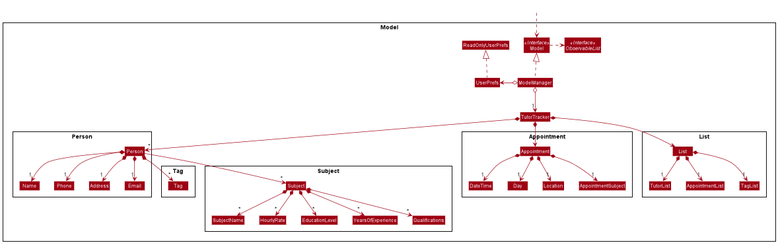
nus-cs2103-AY2021S2/tp keeps this PlantUML diagram as docs/images/ModelClassDiagram.png. Above is the earlier version. The source it was exported from:
```plantuml
@startuml
!include style.puml
skinparam arrowThickness 1.1
skinparam arrowColor MODEL_COLOR
skinparam classBackgroundColor MODEL_COLOR

Package Model <<Rectangle>>{
Interface Model <<Interface>>
Interface ObservableList <<Interface>>
Class TutorTracker
Class Model
Class ModelManager
Class UserPrefs
Class ReadOnlyUserPrefs
Class Appointment

Package Person {
Class Person
Class Address
Class Email
Class Name
Class Phone
}

Package Tag {
Class Tag
}

Package Appointment {
Class Appointment
Class Email
Class Subject
Class DateTime
Class Day
Class Location
}

Package Appointment {
Class Appointment
Class Email
Class AppointmentSubject
Class DateTime
Class Day
Class Location
}

Package List {
Class List
Class TutorList
Class AppointmentList
Class TagList
}

Package Subject {
Class Subject
Class SubjectName
Class HourlyRate
Class EducationLevel
Class YearsOfExperience
Class Qualifications
}
}

Class HiddenOutside #FFFFFF
HiddenOutside ..> Model

ModelManager .up.|> Model
Model .right.> ObservableList
ModelManager o--> "1" TutorTracker
ModelManager o-left->  UserPrefs
UserPrefs .up.|> ReadOnlyUserPrefs

List *--> "1" TutorList
List *--> "1" AppointmentList
List *--> "1" TagList

Appointment *--> "1" AppointmentSubject
Appointment *--> "1" DateTime
Appointment *--> "1" Day
Appointment *--> "1" Location

TutorTracker *--> "*" Person
TutorTracker *--> "*" Appointment
TutorTracker *--> List

Person *--> "1" Name
Person *--> "1" Phone
Person *--> "1" Email
Person *--> "1" Address
Person *--> "*" Tag
Person --> "*" Subject

Subject *--> "*" SubjectName
Subject *--> "*" HourlyRate
Subject *--> "*" EducationLevel
Subject *--> "*" YearsOfExperience
Subject *--> "*" Qualifications

Name -[hidden]right-> Phone
Phone -[hidden]right-> Address
Address -[hidden]right-> Email

@enduml
```
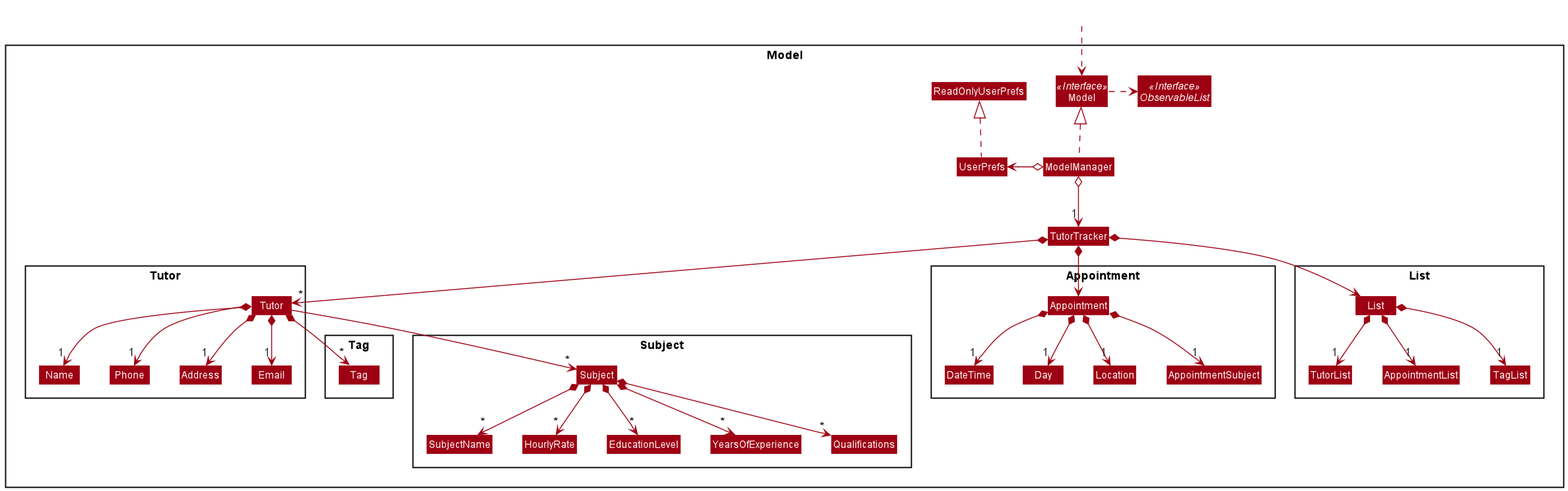
The same file after the commit.

Commit message:
Edited Model class diagram and DG

The edit, as a diff of the source:
```diff
@@ -14,8 +14,8 @@
 Class ReadOnlyUserPrefs
 Class Appointment
 
-Package Person {
-Class Person
+Package Tutor {
+Class Tutor
 Class Address
 Class Email
 Class Name
@@ -79,16 +79,16 @@
 Appointment *--> "1" Day
 Appointment *--> "1" Location
 
-TutorTracker *--> "*" Person
+TutorTracker *--> "*" Tutor
 TutorTracker *--> "*" Appointment
 TutorTracker *--> List
 
-Person *--> "1" Name
-Person *--> "1" Phone
-Person *--> "1" Email
-Person *--> "1" Address
-Person *--> "*" Tag
-Person --> "*" Subject
+Tutor *--> "1" Name
+Tutor  *--> "1" Phone
+Tutor  *--> "1" Email
+Tutor  *--> "1" Address
+Tutor  *--> "*" Tag
+Tutor  --> "*" Subject
 
 Subject *--> "*" SubjectName
 Subject *--> "*" HourlyRate
```
